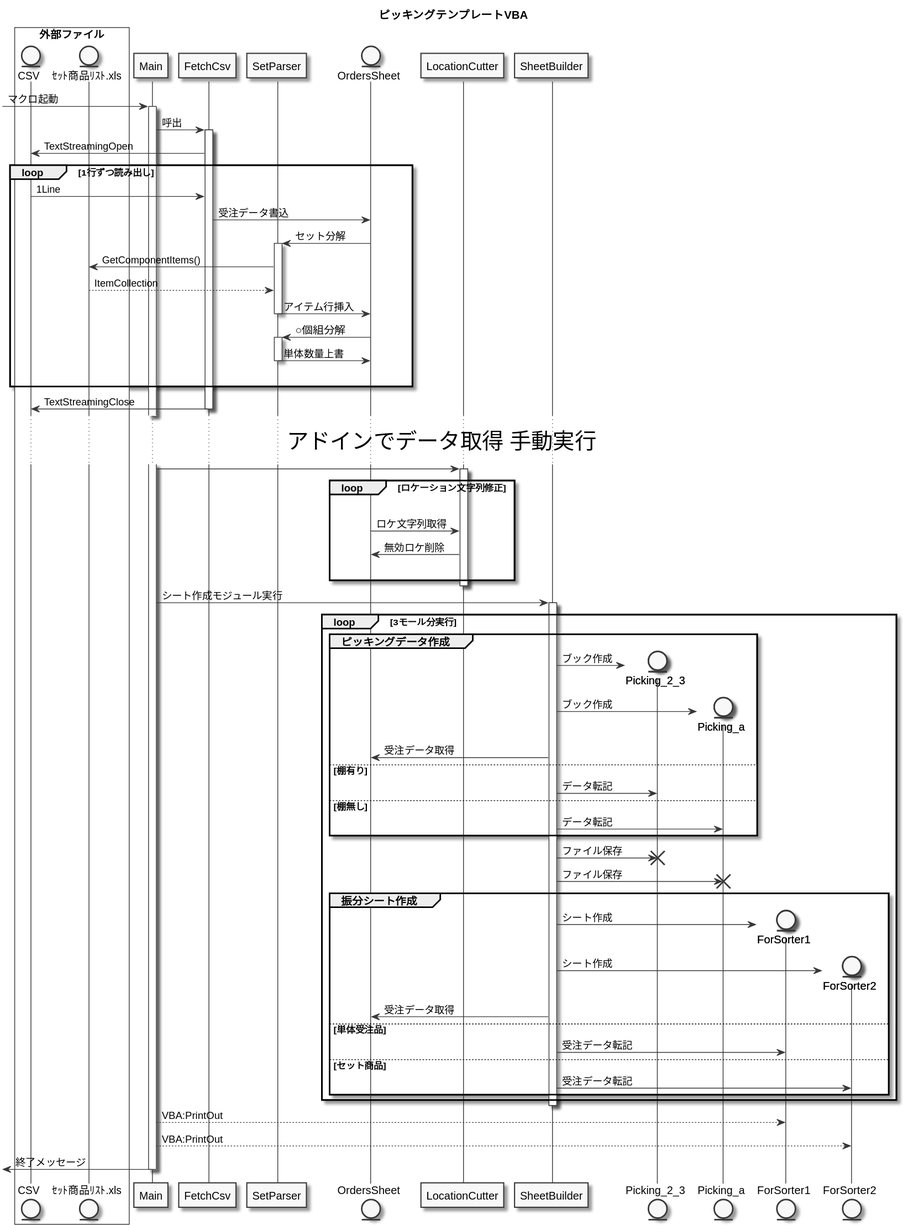
This is out/picking_create_vba/picking_create_vba.svg from amunenaga/ec-backyard-macro, a PlantUML export, as it was before one commit. Its source is kept beside it as picking_create_vba.puml. Source of this version:
```plantuml
@startuml picking_create_vba

skinparam monochrome true
skinparam packageFontSize 25

title ピッキングテンプレートVBA

box "外部ファイル" #white
    entity CSV
    entity ｾｯﾄ商品ﾘｽﾄ.xls
end box

participant Main

[-> Main : マクロ起動
activate Main

Main -> FetchCsv : 呼出
activate FetchCsv

CSV <- FetchCsv : TextStreamingOpen

participant SetParser

Loop 1行ずつ読み出し
    CSV -> FetchCsv : 1Line

    entity OrdersSheet
    FetchCsv -> OrdersSheet : 受注データ書込

    SetParser <- OrdersSheet : セット分解

    activate SetParser
        ｾｯﾄ商品ﾘｽﾄ.xls <- SetParser : GetComponentItems()
        ｾｯﾄ商品ﾘｽﾄ.xls --> SetParser : ItemCollection

        SetParser -> OrdersSheet : アイテム行挿入

    deactivate SetParser

    SetParser <- OrdersSheet :○個組分解
    activate SetParser
        SetParser -> OrdersSheet : 単体数量上書
    deactivate SetParser
    |||
    end loop

CSV <- FetchCsv : TextStreamingClose
deactivate FetchCsv

... <size:28>アドインでデータ取得 手動実行</size> ...

participant LocationCutter

    Main -> LocationCutter

    activate LocationCutter

    loop ロケーション文字列修正
        |||
        OrdersSheet -> LocationCutter :ロケ文字列取得
        OrdersSheet <- LocationCutter :無効ロケ削除
        |||
    end
    deactivate LocationCutter

participant SheetBuilder

Main -> SheetBuilder : シート作成モジュール実行
activate SheetBuilder

loop 3モール分実行
    Group ピッキングデータ作成

        create entity Picking_2_3
        SheetBuilder -> Picking_2_3 : ブック作成

        create entity Picking_a
        SheetBuilder -> Picking_a : ブック作成

        OrdersSheet <- SheetBuilder : 受注データ取得

        else 棚有り
            SheetBuilder -> Picking_2_3 : データ転記

        else 棚無し
            SheetBuilder -> Picking_a : データ転記
    end

    SheetBuilder -> Picking_2_3 : ファイル保存
    destroy Picking_2_3

    SheetBuilder -> Picking_a : ファイル保存
    destroy Picking_a

    Group 振分シート作成

        create entity ForSorter1
        SheetBuilder -> ForSorter1 : シート作成
        create entity ForSorter2
        SheetBuilder -> ForSorter2 : シート作成

        OrdersSheet <- SheetBuilder : 受注データ取得

        else 単体受注品

            SheetBuilder -> ForSorter1 : 受注データ転記

        else セット商品

            SheetBuilder -> ForSorter2 : 受注データ転記

    end
end

deactivate SheetBuilder

Main --> ForSorter1 : VBA:PrintOut
Main --> ForSorter2 : VBA:PrintOut


[<- Main : 終了メッセージ

deactivate Main

@enduml
```
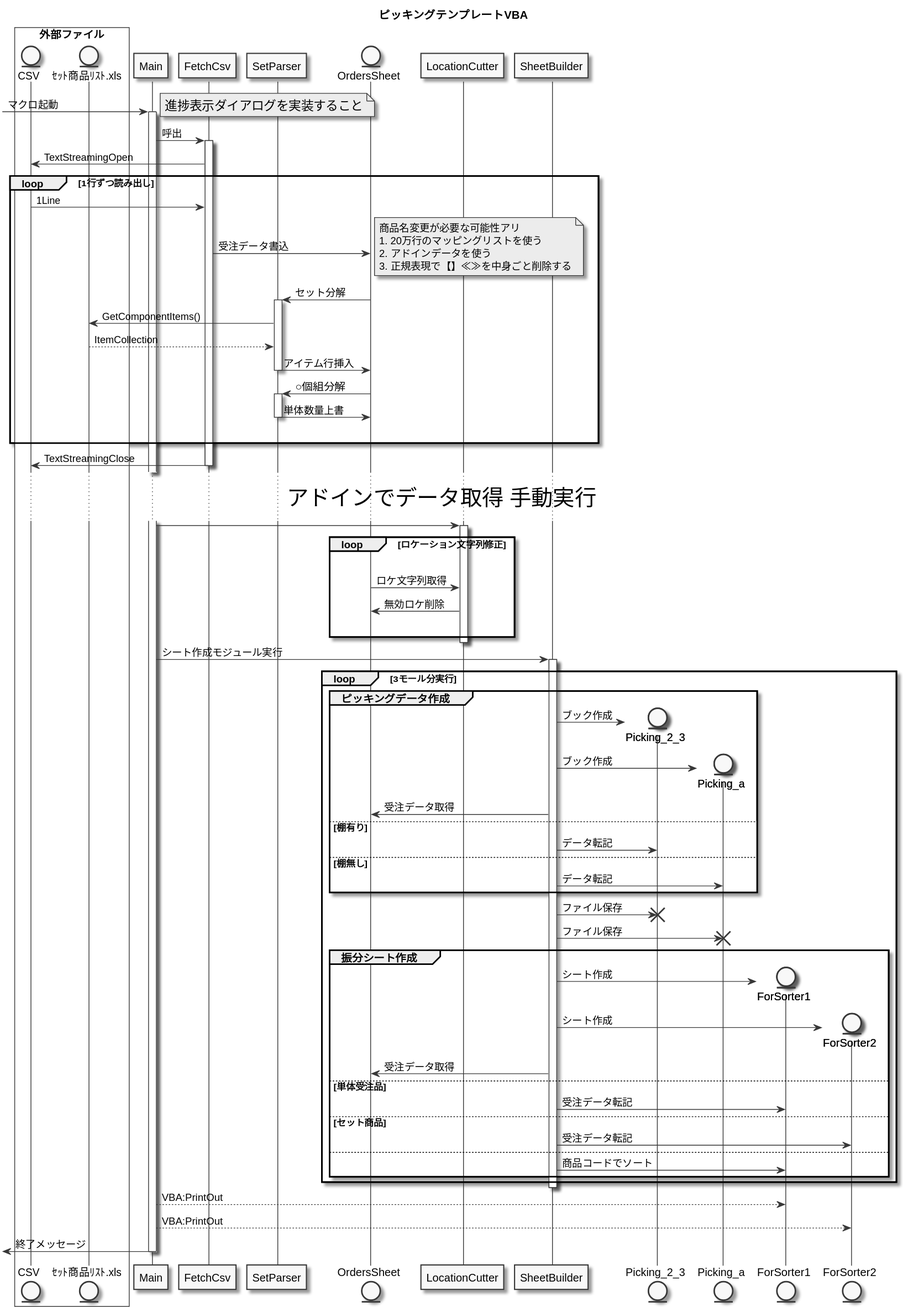
Later version of the same file.

Commit message:
実装の注意を追加

What changed in the source:
```diff
@@ -4,6 +4,7 @@
 skinparam packageFontSize 25
 
 title ピッキングテンプレートVBA
+
 
 box "外部ファイル" #white
     entity CSV
@@ -14,6 +15,10 @@
 
 [-> Main : マクロ起動
 activate Main
+
+note right
+  <size:16>進捗表示ダイアログを実装すること</size>
+end note
 
 Main -> FetchCsv : 呼出
 activate FetchCsv
@@ -27,6 +32,13 @@
 
     entity OrdersSheet
     FetchCsv -> OrdersSheet : 受注データ書込
+
+    note right
+        商品名変更が必要な可能性アリ
+        1. 20万行のマッピングリストを使う
+        2. アドインデータを使う
+        3. 正規表現で【】≪≫を中身ごと削除する
+    end note
 
     SetParser <- OrdersSheet : セット分解
 
@@ -42,6 +54,7 @@
     activate SetParser
         SetParser -> OrdersSheet : 単体数量上書
     deactivate SetParser
+
     |||
     end loop
 
@@ -109,6 +122,9 @@
         else セット商品
 
             SheetBuilder -> ForSorter2 : 受注データ転記
+        else
+
+            SheetBuilder -> ForSorter1 : 商品コードでソート
 
     end
 end
```
